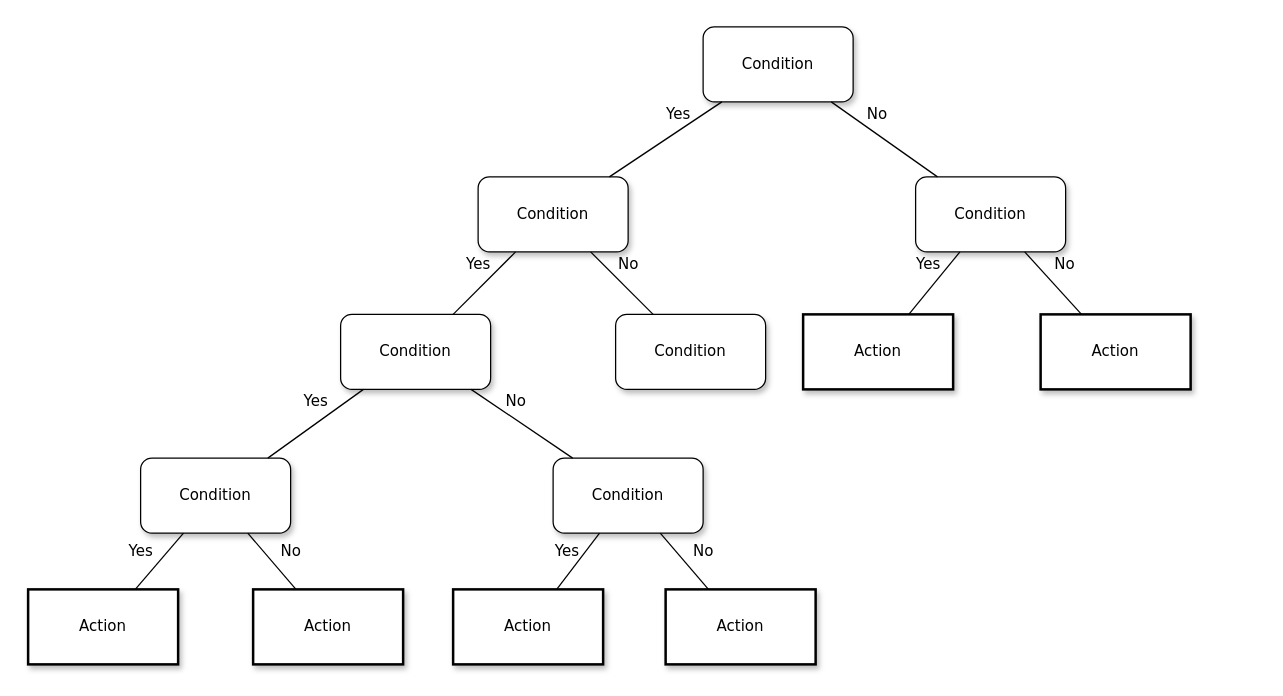
Before: Data Variable Diagram.drawio in HarshKapr/Hackathon, a draw.io diagram. Source tidied: cells renumbered, new cells numbered last; positions are measured from the earlier drawing's top-left corner, leaving out a move shared by most shapes. Both pictures are drawn from the tidied source at 125%, with x=0, y=0 at pixel (28, 26).
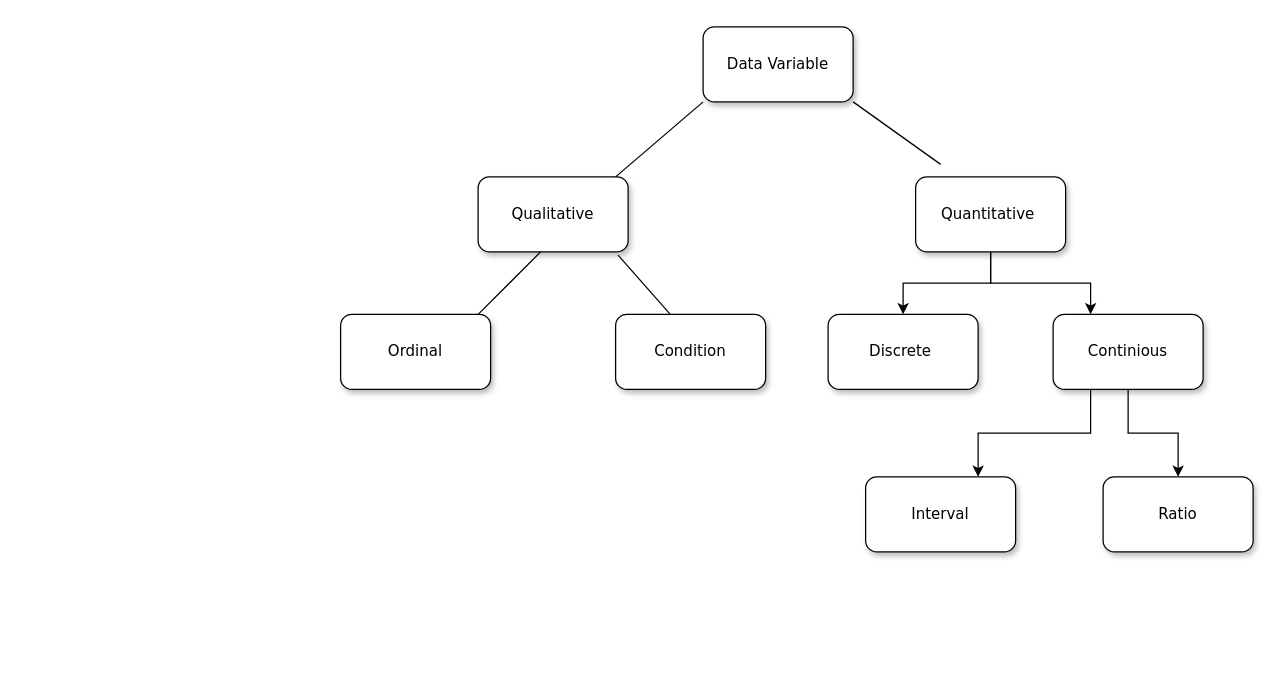
The same diagram, later.

Unchanged cells that the change refers to:
```xml
<mxCell id="8" value="&lt;span&gt;Condition&lt;/span&gt;" style="whiteSpace=wrap;html=1;rounded=1;shadow=1;labelBackgroundColor=none;strokeWidth=1;fontFamily=Verdana;fontSize=12;align=center;" parent="1" vertex="1">
  <mxGeometry x="470" y="230" width="120" height="60" as="geometry" />
</mxCell>
```

Change to the diagram source:
```diff
@@
-    <mxCell id="2" value="Condition" style="whiteSpace=wrap;html=1;rounded=1;shadow=1;labelBackgroundColor=none;strokeWidth=1;fontFamily=Verdana;fontSize=12;align=center;" parent="1" vertex="1">
+    <mxCell id="2" value="Data Variable" style="whiteSpace=wrap;html=1;rounded=1;shadow=1;labelBackgroundColor=none;strokeWidth=1;fontFamily=Verdana;fontSize=12;align=center;" parent="1" vertex="1">
       <mxGeometry x="540" width="120" height="60" as="geometry" />
     </mxCell>
-    <mxCell id="3" value="&lt;span&gt;Condition&lt;/span&gt;" style="whiteSpace=wrap;html=1;rounded=1;shadow=1;labelBackgroundColor=none;strokeWidth=1;fontFamily=Verdana;fontSize=12;align=center;" parent="1" vertex="1">
+    <mxCell id="3" value="&lt;span&gt;Qualitative&lt;/span&gt;" style="whiteSpace=wrap;html=1;rounded=1;shadow=1;labelBackgroundColor=none;strokeWidth=1;fontFamily=Verdana;fontSize=12;align=center;" parent="1" vertex="1">
       <mxGeometry x="360" y="120" width="120" height="60" as="geometry" />
     </mxCell>
+    <mxCell id="27" style="edgeStyle=orthogonalEdgeStyle;rounded=0;jettySize=auto;html=1;" parent="1" edge="1" source="4" target="32">
+      <mxGeometry relative="1" as="geometry" />
+    </mxCell>
+    <mxCell id="28" style="edgeStyle=orthogonalEdgeStyle;rounded=0;jettySize=auto;html=1;entryX=0.25;entryY=0;entryDx=0;entryDy=0;" parent="1" edge="1" source="4" target="35">
+      <mxGeometry relative="1" as="geometry" />
+    </mxCell>
-    <mxCell id="4" value="&lt;span&gt;Condition&lt;/span&gt;" style="whiteSpace=wrap;html=1;rounded=1;shadow=1;labelBackgroundColor=none;strokeWidth=1;fontFamily=Verdana;fontSize=12;align=center;" parent="1" vertex="1">
+    <mxCell id="4" value="&lt;span&gt;Quantitative&amp;nbsp;&lt;/span&gt;" style="whiteSpace=wrap;html=1;rounded=1;shadow=1;labelBackgroundColor=none;strokeWidth=1;fontFamily=Verdana;fontSize=12;align=center;" parent="1" vertex="1">
       <mxGeometry x="710" y="120" width="120" height="60" as="geometry" />
     </mxCell>
-    <mxCell id="5" value="No" style="rounded=0;html=1;labelBackgroundColor=none;startArrow=none;startFill=0;startSize=5;endArrow=none;endFill=0;endSize=5;jettySize=auto;strokeWidth=1;fontFamily=Verdana;fontSize=12;" parent="1" edge="1" source="2" target="4">
-      <mxGeometry x="-0.3" y="13" relative="1" as="geometry" />
-    </mxCell>
-    <mxCell id="6" value="Yes" style="rounded=0;html=1;labelBackgroundColor=none;startArrow=none;startFill=0;startSize=5;endArrow=none;endFill=0;endSize=5;jettySize=auto;strokeWidth=1;fontFamily=Verdana;fontSize=12;" parent="1" edge="1" source="2" target="3">
-      <mxGeometry x="-0.36" y="-11" relative="1" as="geometry" />
-    </mxCell>
-    <mxCell id="7" value="&lt;span&gt;Condition&lt;/span&gt;" style="whiteSpace=wrap;html=1;rounded=1;shadow=1;labelBackgroundColor=none;strokeWidth=1;fontFamily=Verdana;fontSize=12;align=center;" parent="1" vertex="1">
+    <mxCell id="7" value="&lt;span&gt;Ordinal&lt;/span&gt;" style="whiteSpace=wrap;html=1;rounded=1;shadow=1;labelBackgroundColor=none;strokeWidth=1;fontFamily=Verdana;fontSize=12;align=center;" parent="1" vertex="1">
       <mxGeometry x="250" y="230" width="120" height="60" as="geometry" />
     </mxCell>
@@
-    <mxCell id="9" value="&lt;span&gt;Action&lt;/span&gt;" style="whiteSpace=wrap;html=1;rounded=0;shadow=1;labelBackgroundColor=none;strokeWidth=2;fontFamily=Verdana;fontSize=12;align=center;" parent="1" vertex="1">
-      <mxGeometry x="620" y="230" width="120" height="60" as="geometry" />
-    </mxCell>
-    <mxCell id="10" value="&lt;span&gt;Action&lt;/span&gt;" style="whiteSpace=wrap;html=1;rounded=0;shadow=1;labelBackgroundColor=none;strokeWidth=2;fontFamily=Verdana;fontSize=12;align=center;" parent="1" vertex="1">
-      <mxGeometry x="810" y="230" width="120" height="60" as="geometry" />
-    </mxCell>
-    <mxCell id="11" value="&lt;span&gt;Condition&lt;/span&gt;" style="whiteSpace=wrap;html=1;rounded=1;shadow=1;labelBackgroundColor=none;strokeWidth=1;fontFamily=Verdana;fontSize=12;align=center;" parent="1" vertex="1">
-      <mxGeometry x="90" y="345" width="120" height="60" as="geometry" />
-    </mxCell>
-    <mxCell id="12" value="&lt;span&gt;Condition&lt;/span&gt;" style="whiteSpace=wrap;html=1;rounded=1;shadow=1;labelBackgroundColor=none;strokeWidth=1;fontFamily=Verdana;fontSize=12;align=center;" parent="1" vertex="1">
-      <mxGeometry x="420" y="345" width="120" height="60" as="geometry" />
-    </mxCell>
-    <mxCell id="13" value="Yes" style="rounded=0;html=1;labelBackgroundColor=none;startArrow=none;startFill=0;startSize=5;endArrow=none;endFill=0;endSize=5;jettySize=auto;strokeWidth=1;fontFamily=Verdana;fontSize=12;" parent="1" edge="1" source="3" target="7">
-      <mxGeometry x="-0.2" y="-14" relative="1" as="geometry" />
-    </mxCell>
+    <mxCell id="29" style="endArrow=none;html=1;rounded=0;" parent="1" edge="1">
+      <mxGeometry relative="1" as="geometry">
+        <mxPoint x="470" y="120" as="sourcePoint" />
+        <mxPoint x="540" y="60" as="targetPoint" />
+      </mxGeometry>
+    </mxCell>
+    <mxCell id="30" style="endArrow=none;html=1;rounded=0;exitX=1;exitY=1;exitDx=0;exitDy=0;" parent="1" edge="1" source="2">
+      <mxGeometry relative="1" as="geometry">
+        <mxPoint x="730" y="110" as="targetPoint" />
+      </mxGeometry>
+    </mxCell>
+    <mxCell id="31" style="endArrow=none;html=1;rounded=0;" parent="1" edge="1">
+      <mxGeometry relative="1" as="geometry">
+        <mxPoint x="360" y="230" as="sourcePoint" />
+        <mxPoint x="410" y="180" as="targetPoint" />
+      </mxGeometry>
+    </mxCell>
-    <mxCell id="14" value="No" style="rounded=0;html=1;labelBackgroundColor=none;startArrow=none;startFill=0;startSize=5;endArrow=none;endFill=0;endSize=5;jettySize=auto;strokeWidth=1;fontFamily=Verdana;fontSize=12;" parent="1" edge="1" source="3" target="8">
-      <mxGeometry x="-0.2" y="14" relative="1" as="geometry" />
+    <mxCell id="14" style="endArrow=none;html=1;rounded=0;exitX=0.933;exitY=1.043;exitDx=0;exitDy=0;exitPerimeter=0;entryX=0.363;entryY=-0.003;entryDx=0;entryDy=0;entryPerimeter=0;" parent="1" edge="1" source="3" target="8">
+      <mxGeometry relative="1" as="geometry" />
     </mxCell>
-    <mxCell id="15" value="Yes" style="rounded=0;html=1;labelBackgroundColor=none;startArrow=none;startFill=0;startSize=5;endArrow=none;endFill=0;endSize=5;jettySize=auto;strokeWidth=1;fontFamily=Verdana;fontSize=12;" parent="1" edge="1" source="4" target="9">
-      <mxGeometry x="-0.26" y="-13" relative="1" as="geometry" />
-    </mxCell>
-    <mxCell id="16" value="No" style="rounded=0;html=1;labelBackgroundColor=none;startArrow=none;startFill=0;startSize=5;endArrow=none;endFill=0;endSize=5;jettySize=auto;strokeWidth=1;fontFamily=Verdana;fontSize=12;" parent="1" edge="1" source="4" target="10">
-      <mxGeometry x="-0.13" y="17" relative="1" as="geometry" />
-    </mxCell>
-    <mxCell id="17" value="Yes" style="rounded=0;html=1;labelBackgroundColor=none;startArrow=none;startFill=0;startSize=5;endArrow=none;endFill=0;endSize=5;jettySize=auto;strokeWidth=1;fontFamily=Verdana;fontSize=12;" parent="1" edge="1" source="7" target="11">
-      <mxGeometry x="-0.22" y="-14" relative="1" as="geometry" />
-    </mxCell>
-    <mxCell id="18" value="No" style="rounded=0;html=1;labelBackgroundColor=none;startArrow=none;startFill=0;startSize=5;endArrow=none;endFill=0;endSize=5;jettySize=auto;strokeWidth=1;fontFamily=Verdana;fontSize=12;" parent="1" edge="1" source="7" target="12">
-      <mxGeometry x="-0.28" y="12" relative="1" as="geometry" />
-    </mxCell>
-    <mxCell id="19" value="Action" style="whiteSpace=wrap;html=1;rounded=0;shadow=1;labelBackgroundColor=none;strokeWidth=2;fontFamily=Verdana;fontSize=12;align=center;" parent="1" vertex="1">
-      <mxGeometry y="450" width="120" height="60" as="geometry" />
-    </mxCell>
-    <mxCell id="20" value="&lt;span&gt;Action&lt;/span&gt;" style="whiteSpace=wrap;html=1;rounded=0;shadow=1;labelBackgroundColor=none;strokeWidth=2;fontFamily=Verdana;fontSize=12;align=center;" parent="1" vertex="1">
-      <mxGeometry x="180" y="450" width="120" height="60" as="geometry" />
-    </mxCell>
-    <mxCell id="21" value="&lt;span&gt;Action&lt;/span&gt;" style="whiteSpace=wrap;html=1;rounded=0;shadow=1;labelBackgroundColor=none;strokeWidth=2;fontFamily=Verdana;fontSize=12;align=center;" parent="1" vertex="1">
-      <mxGeometry x="340" y="450" width="120" height="60" as="geometry" />
-    </mxCell>
-    <mxCell id="22" value="&lt;span&gt;Action&lt;/span&gt;" style="whiteSpace=wrap;html=1;rounded=0;shadow=1;labelBackgroundColor=none;strokeWidth=2;fontFamily=Verdana;fontSize=12;align=center;" parent="1" vertex="1">
-      <mxGeometry x="510" y="450" width="120" height="60" as="geometry" />
-    </mxCell>
-    <mxCell id="23" value="Yes" style="rounded=0;html=1;labelBackgroundColor=none;startArrow=none;startFill=0;startSize=5;endArrow=none;endFill=0;endSize=5;jettySize=auto;strokeWidth=1;fontFamily=Verdana;fontSize=12;" parent="1" edge="1" source="11" target="19">
-      <mxGeometry x="0.14" y="-16" relative="1" as="geometry" />
-    </mxCell>
-    <mxCell id="24" value="No" style="rounded=0;html=1;labelBackgroundColor=none;startArrow=none;startFill=0;startSize=5;endArrow=none;endFill=0;endSize=5;jettySize=auto;strokeWidth=1;fontFamily=Verdana;fontSize=12;" parent="1" edge="1" source="11" target="20">
-      <mxGeometry x="0.14" y="16" relative="1" as="geometry" />
-    </mxCell>
-    <mxCell id="25" value="Yes" style="rounded=0;html=1;labelBackgroundColor=none;startArrow=none;startFill=0;startSize=5;endArrow=none;endFill=0;endSize=5;jettySize=auto;strokeWidth=1;fontFamily=Verdana;fontSize=12;" parent="1" edge="1" source="12" target="21">
-      <mxGeometry y="-12" relative="1" as="geometry" />
-    </mxCell>
-    <mxCell id="26" value="No" style="rounded=0;html=1;labelBackgroundColor=none;startArrow=none;startFill=0;startSize=5;endArrow=none;endFill=0;endSize=5;jettySize=auto;strokeWidth=1;fontFamily=Verdana;fontSize=12;" parent="1" edge="1" source="12" target="22">
-      <mxGeometry x="0.14" y="16" relative="1" as="geometry" />
-    </mxCell>
+    <mxCell id="32" value="&lt;span&gt;Discrete&amp;nbsp;&lt;/span&gt;" style="whiteSpace=wrap;html=1;rounded=1;shadow=1;labelBackgroundColor=none;strokeWidth=1;fontFamily=Verdana;fontSize=12;align=center;" parent="1" vertex="1">
+      <mxGeometry x="640" y="230" width="120" height="60" as="geometry" />
+    </mxCell>
+    <mxCell id="33" style="edgeStyle=orthogonalEdgeStyle;rounded=0;jettySize=auto;html=1;entryX=0.75;entryY=0;entryDx=0;entryDy=0;exitX=0.25;exitY=1;exitDx=0;exitDy=0;" parent="1" edge="1" source="35" target="37">
+      <mxGeometry relative="1" as="geometry" />
+    </mxCell>
+    <mxCell id="34" style="edgeStyle=orthogonalEdgeStyle;rounded=0;jettySize=auto;html=1;" parent="1" edge="1" source="35" target="36">
+      <mxGeometry relative="1" as="geometry" />
+    </mxCell>
+    <mxCell id="35" value="&lt;span&gt;Continious&lt;/span&gt;" style="whiteSpace=wrap;html=1;rounded=1;shadow=1;labelBackgroundColor=none;strokeWidth=1;fontFamily=Verdana;fontSize=12;align=center;" parent="1" vertex="1">
+      <mxGeometry x="820" y="230" width="120" height="60" as="geometry" />
+    </mxCell>
+    <mxCell id="36" value="&lt;span&gt;Ratio&lt;/span&gt;" style="whiteSpace=wrap;html=1;rounded=1;shadow=1;labelBackgroundColor=none;strokeWidth=1;fontFamily=Verdana;fontSize=12;align=center;" parent="1" vertex="1">
+      <mxGeometry x="860" y="360" width="120" height="60" as="geometry" />
+    </mxCell>
+    <mxCell id="37" value="&lt;span&gt;Interval&lt;/span&gt;" style="whiteSpace=wrap;html=1;rounded=1;shadow=1;labelBackgroundColor=none;strokeWidth=1;fontFamily=Verdana;fontSize=12;align=center;" parent="1" vertex="1">
+      <mxGeometry x="670" y="360" width="120" height="60" as="geometry" />
+    </mxCell>
```
